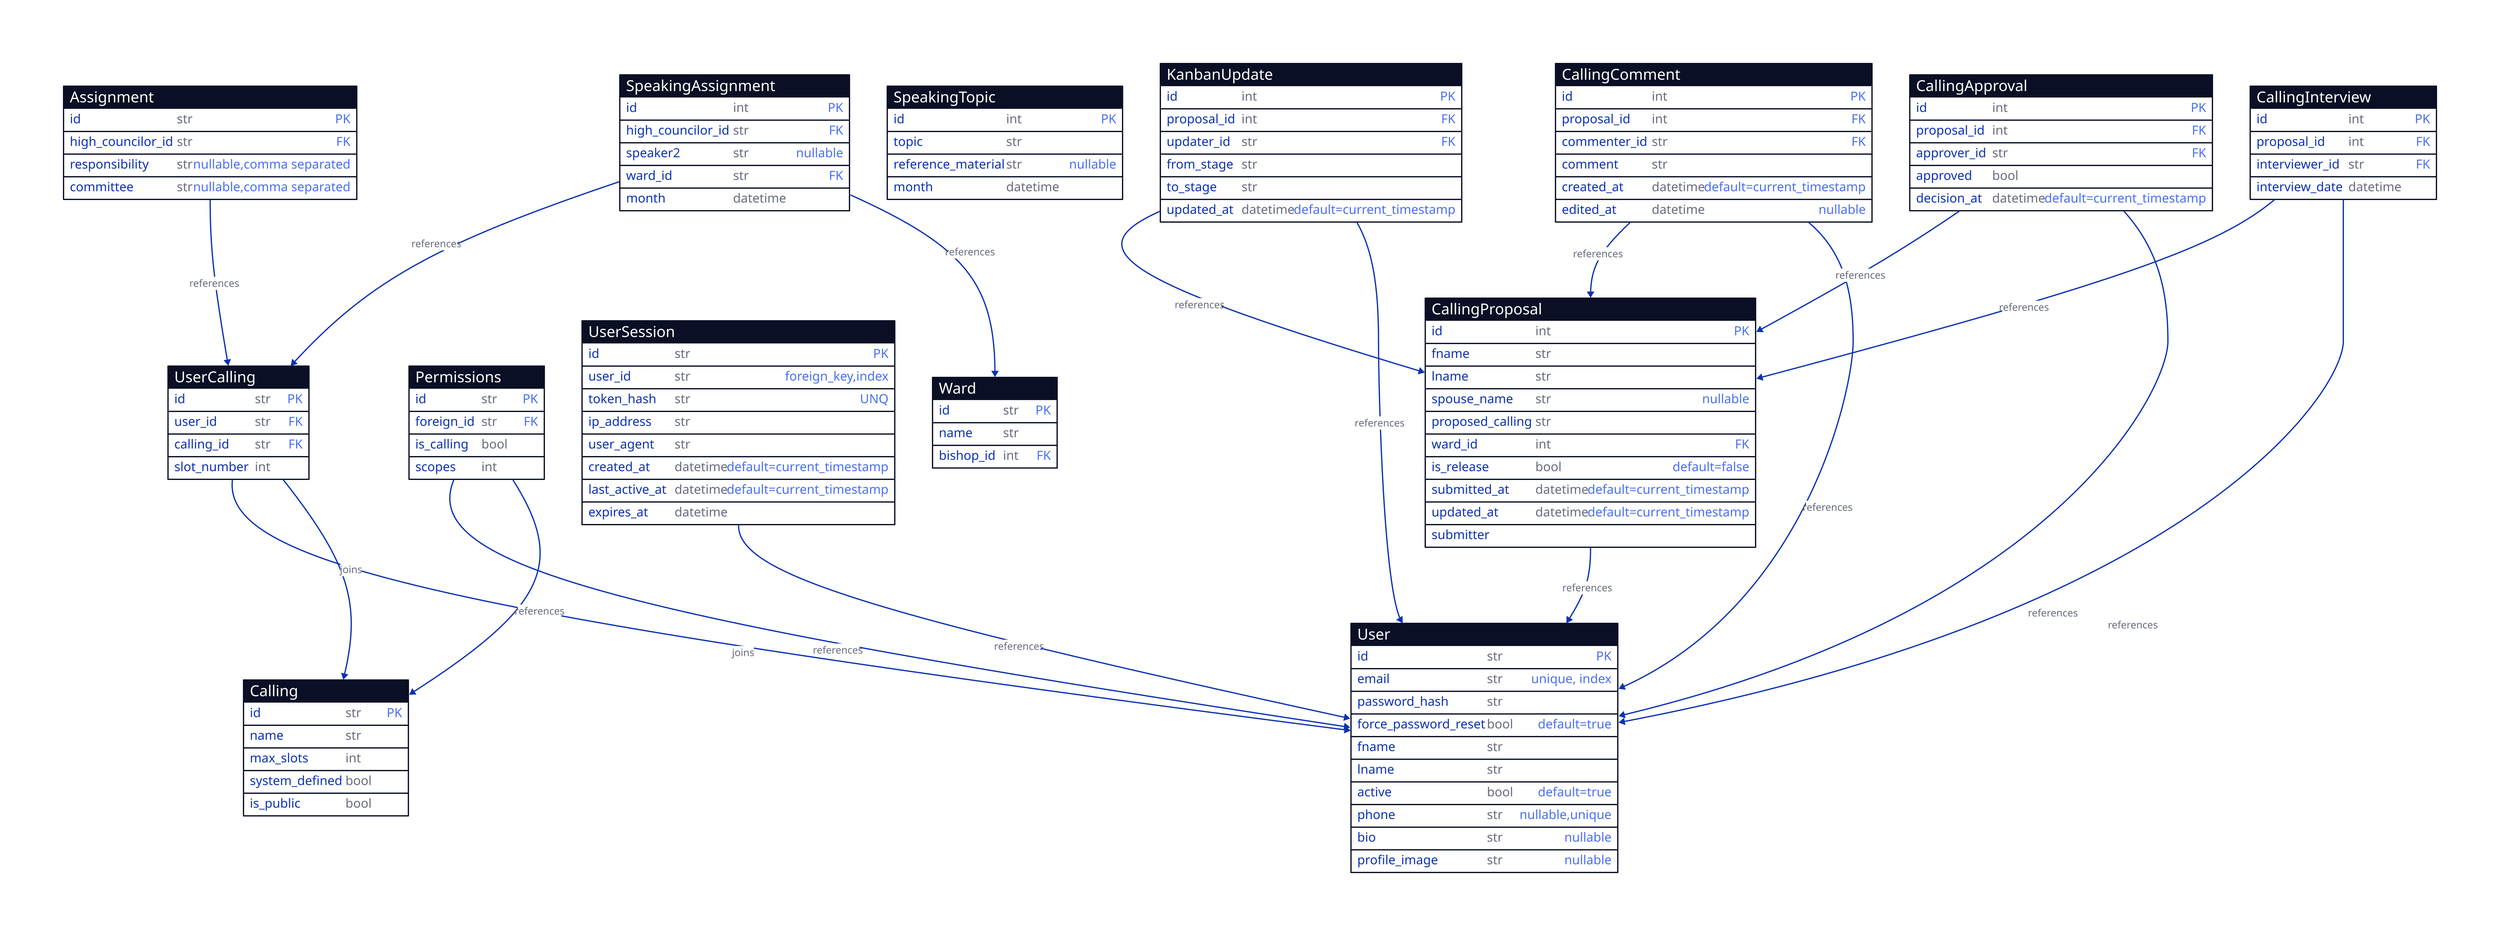
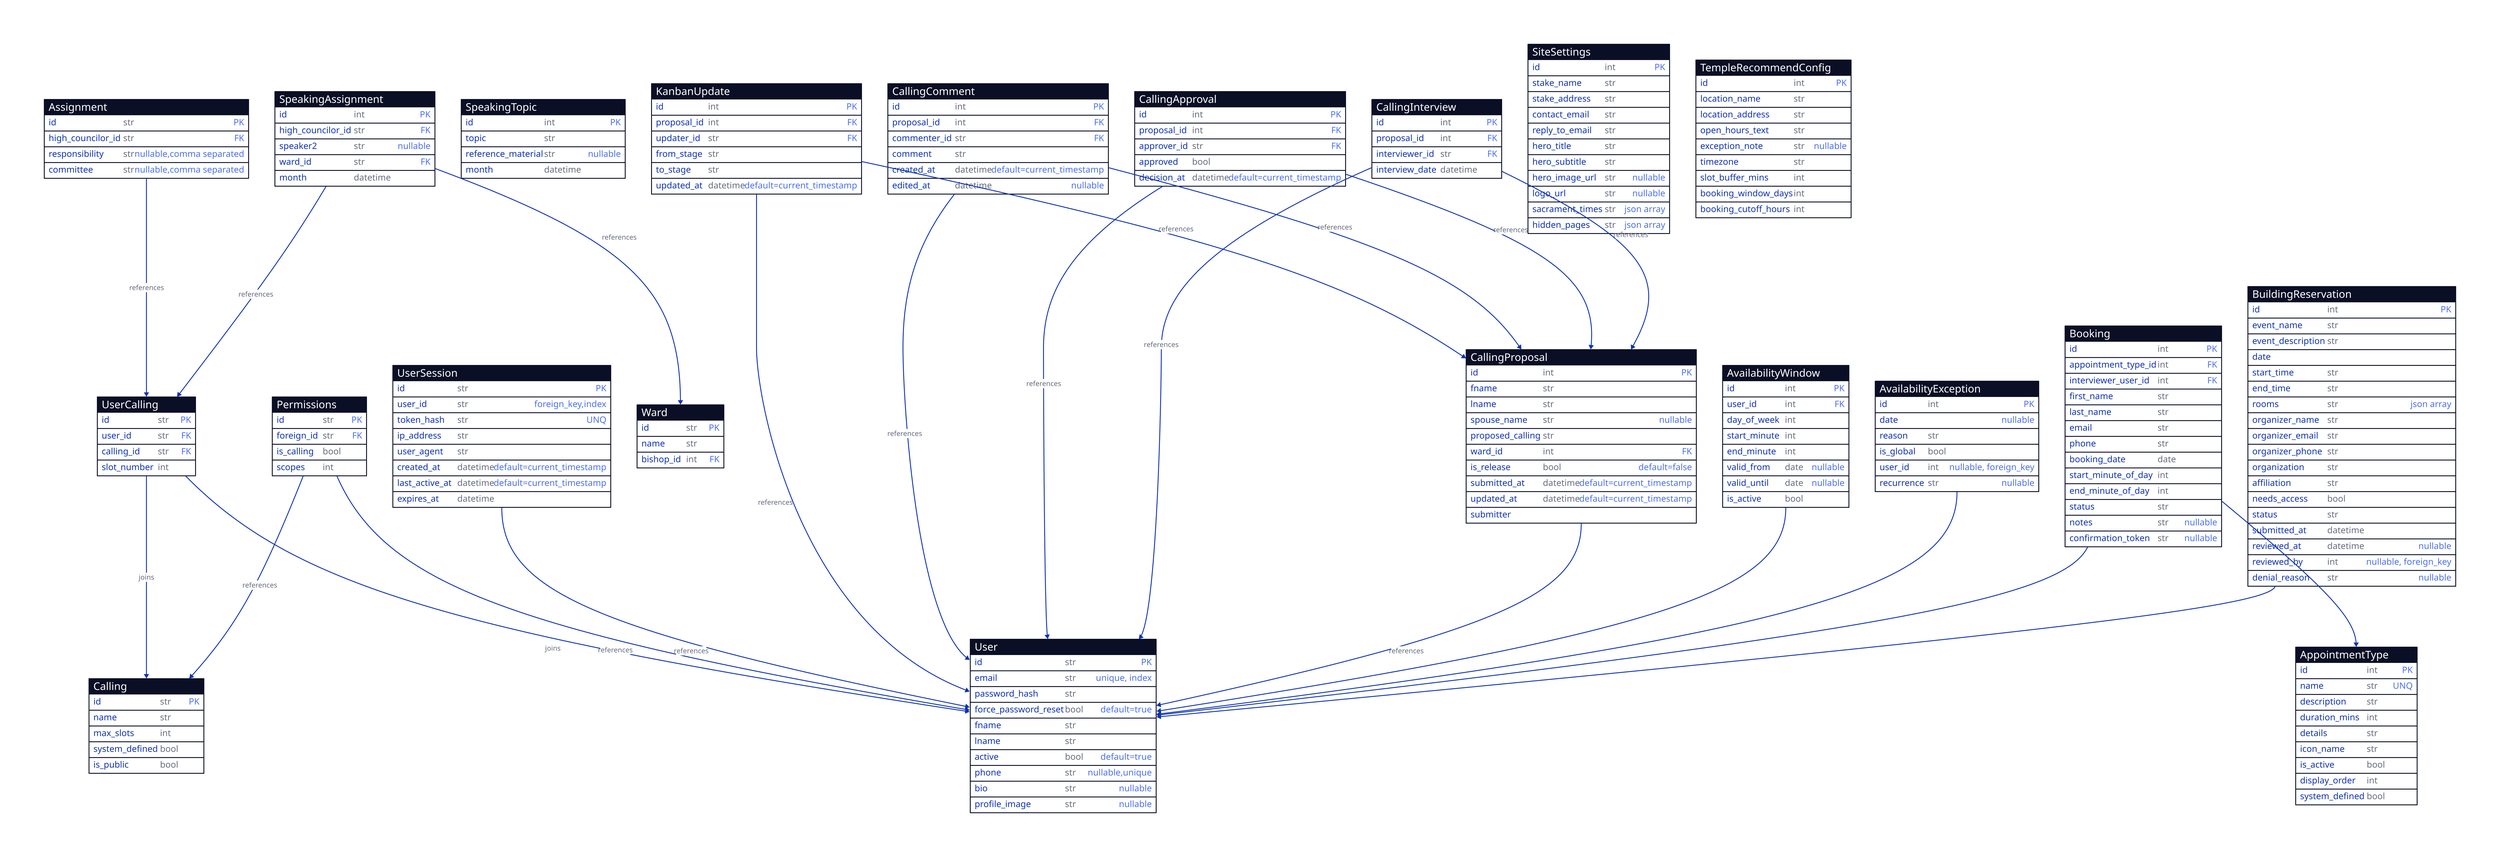
# direction: up

User: {
  shape: sql_table
  id: str {constraint: primary_key}
  email: str {constraint: unique, index}
  password_hash: str
  force_password_reset: bool {constraint: default=true}
  fname: str
  lname: str
  active: bool {constraint: default=true}
  phone: str {constraint: nullable,unique}
  bio: str {constraint: nullable}
  profile_image: str {constraint: nullable}
}

Calling: {
  shape: sql_table
  id: str {constraint: primary_key}
  name: str
  max_slots: int
  system_defined: bool
  is_public: bool
}

UserCalling: {
  shape: sql_table
  id: str {constraint: primary_key}
  user_id: str {constraint: foreign_key}
  calling_id: str {constraint: foreign_key}
  slot_number: int
}

Permissions: {
  shape: sql_table
  id: str {constraint: primary_key}
  foreign_id: str {constraint: foreign_key}
  is_calling: bool
  scopes: int
}

UserSession: {
  shape: sql_table
  id: str {constraint: primary_key}
  user_id: str {constraint: foreign_key,index}
  token_hash: str {constraint: unique}
  ip_address: str
  user_agent: str
  created_at: datetime {constraint: default=current_timestamp}
  last_active_at: datetime {constraint: default=current_timestamp}
  expires_at: datetime
}

# Ward related datatypes
Ward: {
  shape: sql_table
  id: str {constraint: primary_key}
  name: str
}

# High Councilor related datatypes
Assignment: {
  shape: sql_table
  id: str {constraint: primary_key}
  high_councilor_id: str {constraint: foreign_key}
  responsibility: str  {constraint: nullable,comma separated}
  committee: str {constraint: nullable,comma separated}
}

SpeakingAssignment: {
  shape: sql_table
  id: int {constraint: primary_key}
  high_councilor_id: str {constraint: foreign_key}
  speaker2: str {constraint: nullable}
  ward_id: str {constraint: foreign_key}
  month: datetime
}

SpeakingTopic: {
  shape: sql_table
  id: int {constraint: primary_key}
  topic: str
  reference_material: str {constraint: nullable}
  month: datetime
}


# Calling Kanban related datatypes
KanbanUpdate: {
  shape: sql_table
  id: int {constraint: primary_key}
  proposal_id: int {constraint: foreign_key}
  updater_id: str {constraint: foreign_key}
  from_stage: str
  to_stage: str
  updated_at: datetime {constraint: default=current_timestamp}
}

CallingProposal: {
  shape: sql_table
  id: int {constraint: primary_key}
  fname: str
  lname: str
  spouse_name: str {constraint: nullable}
  proposed_calling: str
  ward_id: int {constraint: foreign_key}
  is_release: bool {constraint: default=false}
  submitted_at: datetime {constraint: default=current_timestamp}
  updated_at: datetime {constraint: default=current_timestamp}
}

CallingComment: {
  shape: sql_table
  id: int {constraint: primary_key}
  proposal_id: int {constraint: foreign_key}
  commenter_id: str {constraint: foreign_key}
  comment: str
  created_at: datetime {constraint: default=current_timestamp}
  edited_at: datetime {constraint: nullable}
}

CallingApproval: {
  shape: sql_table
  id: int {constraint: primary_key}
  proposal_id: int {constraint: foreign_key}
  approver_id: str {constraint: foreign_key}
  approved: bool
  decision_at: datetime {constraint: default=current_timestamp}
}

CallingInterview: {
  shape: sql_table
  id: int {constraint: primary_key}
  proposal_id: int {constraint: foreign_key}
  interviewer_id: str {constraint: foreign_key}
  interview_date: datetime
}

# Ward

Ward: {
  shape: sql_table
  id: str {constraint: primary_key}
  name: str
  bishop_id: int {constraint: foreign_key}
}

# Relationships based on common fields
UserCalling -> User : "joins"
UserCalling -> Calling : "joins"
Permissions.foreign_id -> User.id : "references"
Permissions.foreign_id -> Calling.id : "references"
UserSession.user_id -> User.id : "references"
Assignment.high_councilor_id -> UserCalling.id : "references"
SpeakingAssignment.high_councilor_id -> UserCalling.id : "references"
SpeakingAssignment.ward_id -> Ward.id : "references"

# Calling Kanban relationships
KanbanUpdate.proposal_id -> CallingProposal.id : "references"
KanbanUpdate.updater_id -> User.id : "references"
CallingComment.proposal_id -> CallingProposal.id : "references"
CallingComment.commenter_id -> User.id : "references"
CallingApproval.proposal_id -> CallingProposal.id : "references"
CallingApproval.approver_id -> User.id : "references"
CallingInterview.proposal_id -> CallingProposal.id : "references"
CallingInterview.interviewer_id -> User.id : "references"
- CallingProposal.submitter -> User.id : "references"+ CallingProposal.submitter -> User.id : "references"
+ 
+ SiteSettings: {
+   shape: sql_table
+   id: int {constraint: primary_key}
+   stake_name: str
+   stake_address: str
+   contact_email: str
+   reply_to_email: str
+   hero_title: str
+   hero_subtitle: str
+   hero_image_url: str {constraint: nullable}
+   logo_url: str {constraint: nullable}
+   sacrament_times: str {constraint: json array}
+   hidden_pages: str {constraint: json array}
+ }
+ 
+ AppointmentType: {
+   shape: sql_table
+   id: int {constraint: primary_key}
+   name: str {constraint: unique}
+   description: str
+   duration_mins: int
+   details: str
+   icon_name: str
+   is_active: bool
+   display_order: int
+   system_defined: bool
+ }
+ 
+ AvailabilityWindow: {
+   shape: sql_table
+   id: int {constraint: primary_key}
+   user_id: int {constraint: foreign_key}
+   day_of_week: int
+   start_minute: int
+   end_minute: int
+   valid_from: date {constraint: nullable}
+   valid_until: date {constraint: nullable}
+   is_active: bool
+ }
+ 
+ AvailabilityException: {
+   shape: sql_table
+   id: int {constraint: primary_key}
+   date: date {constraint: nullable}
+   reason: str
+   is_global: bool
+   user_id: int {constraint: nullable, foreign_key}
+   recurrence: str {constraint: nullable}
+ }
+ 
+ Booking: {
+   shape: sql_table
+   id: int {constraint: primary_key}
+   appointment_type_id: int {constraint: foreign_key}
+   interviewer_user_id: int {constraint: foreign_key}
+   first_name: str
+   last_name: str
+   email: str
+   phone: str
+   booking_date: date
+   start_minute_of_day: int
+   end_minute_of_day: int
+   status: str
+   notes: str {constraint: nullable}
+   confirmation_token: str {constraint: nullable}
+ }
+ 
+ BuildingReservation: {
+   shape: sql_table
+   id: int {constraint: primary_key}
+   event_name: str
+   event_description: str
+   date: date
+   start_time: str
+   end_time: str
+   rooms: str {constraint: json array}
+   organizer_name: str
+   organizer_email: str
+   organizer_phone: str
+   organization: str
+   affiliation: str
+   needs_access: bool
+   status: str
+   submitted_at: datetime
+   reviewed_at: datetime {constraint: nullable}
+   reviewed_by: int {constraint: nullable, foreign_key}
+   denial_reason: str {constraint: nullable}
+ }
+ 
+ TempleRecommendConfig: {
+   shape: sql_table
+   id: int {constraint: primary_key}
+   location_name: str
+   location_address: str
+   open_hours_text: str
+   exception_note: str {constraint: nullable}
+   timezone: str
+   slot_buffer_mins: int
+   booking_window_days: int
+   booking_cutoff_hours: int
+ }
+ 
+ # Foreign key relationships for new tables
+ AvailabilityWindow.user_id -> User.id
+ AvailabilityException.user_id -> User.id
+ Booking.appointment_type_id -> AppointmentType.id
+ Booking.interviewer_user_id -> User.id
+ BuildingReservation.reviewed_by -> User.id